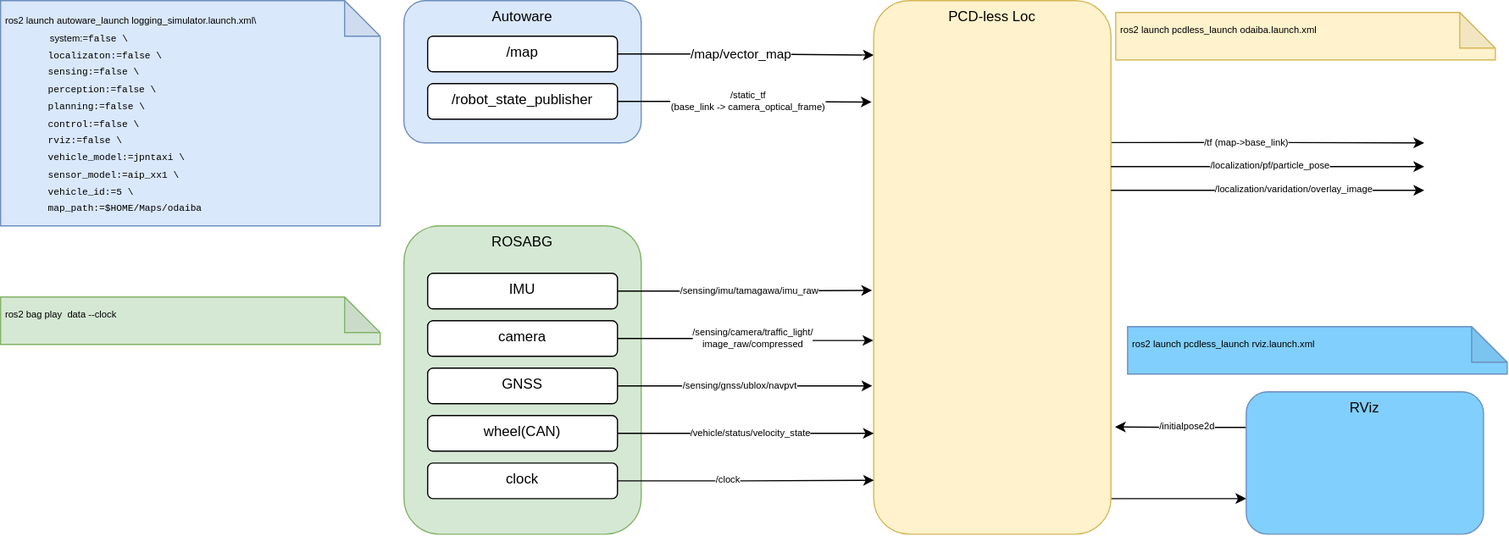
Earlier version of the draw.io export docs/how_to_launch_with_rosbag.drawio.svg (rsasaki0109/YabLoc). Source tidied: cells renumbered, new cells last; positions are measured from the earlier drawing's top-left corner, leaving out a move shared by most shapes.
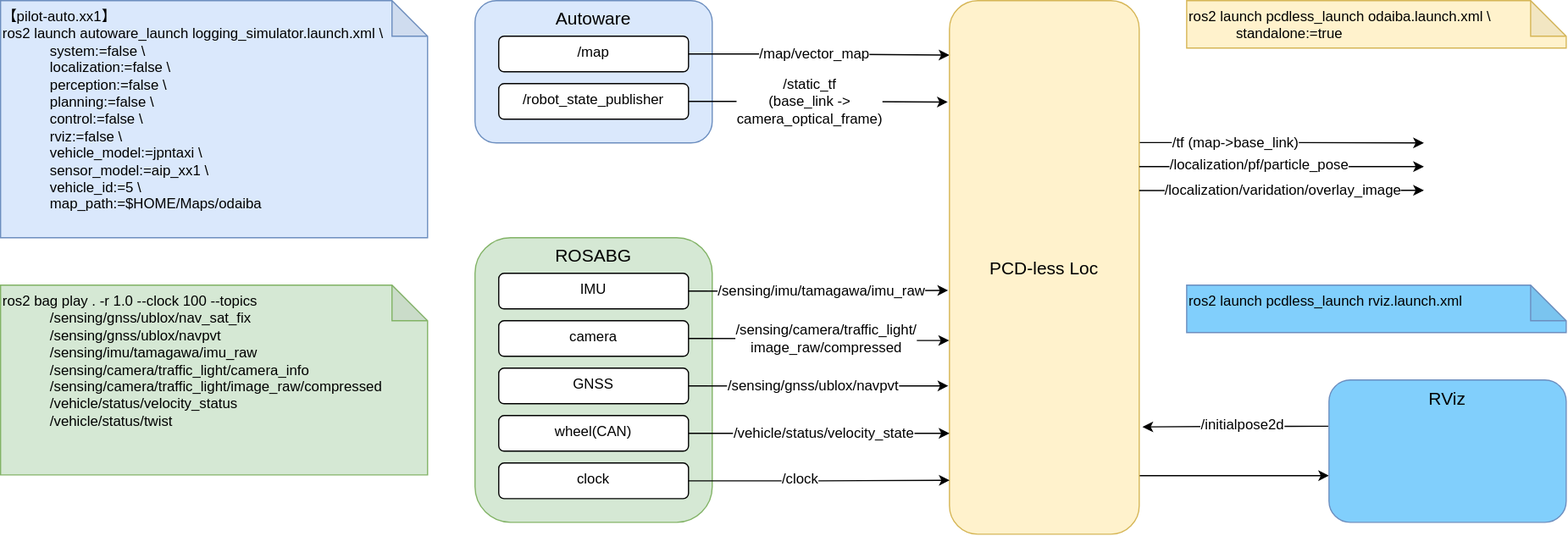
The same diagram one commit later.

The edit, as a diff of the source:
```diff
@@ -4,6 +4,6 @@
     <mxCell id="1" parent="0" />
-    <mxCell id="2" value="ROSABG" style="rounded=1;whiteSpace=wrap;html=1;verticalAlign=top;fillColor=#d5e8d4;strokeColor=#82b366;" parent="1" vertex="1">
-      <mxGeometry x="340" y="190" width="200" height="260" as="geometry" />
+    <mxCell id="2" value="&lt;font style=&quot;font-size: 15px;&quot;&gt;ROSABG&lt;/font&gt;" style="rounded=1;whiteSpace=wrap;html=1;verticalAlign=top;fillColor=#d5e8d4;strokeColor=#82b366;" parent="1" vertex="1">
+      <mxGeometry x="340" y="200" width="200" height="240" as="geometry" />
     </mxCell>
-    <mxCell id="3" value="Autoware" style="rounded=1;whiteSpace=wrap;html=1;verticalAlign=top;fillColor=#dae8fc;strokeColor=#6c8ebf;" parent="1" vertex="1">
+    <mxCell id="3" value="&lt;font style=&quot;font-size: 15px;&quot;&gt;Autoware&lt;/font&gt;" style="rounded=1;whiteSpace=wrap;html=1;verticalAlign=top;fillColor=#dae8fc;strokeColor=#6c8ebf;" parent="1" vertex="1">
       <mxGeometry x="340" width="200" height="120" as="geometry" />
@@ -13,3 +13,3 @@
     </mxCell>
-    <mxCell id="5" value="/map/vector_map" style="edgeLabel;html=1;align=center;verticalAlign=middle;" parent="4" vertex="1">
+    <mxCell id="5" value="&lt;font style=&quot;font-size: 12px;&quot;&gt;/map/vector_map&lt;/font&gt;" style="edgeLabel;html=1;align=center;verticalAlign=middle;" parent="4" vertex="1">
       <mxGeometry x="0.23" y="-1" relative="1" as="geometry">
@@ -24,5 +24,5 @@
     </mxCell>
-    <mxCell id="8" value="/static_tf&lt;br&gt;(base_link -&amp;gt; camera_optical_frame)" style="edgeLabel;html=1;align=center;verticalAlign=middle;fontSize=8;fontColor=#000000;" parent="7" vertex="1">
+    <mxCell id="8" value="&lt;font style=&quot;font-size: 12px;&quot;&gt;/static_tf&lt;br&gt;(base_link -&amp;gt; &lt;br&gt;camera_optical_frame)&lt;/font&gt;" style="edgeLabel;html=1;align=center;verticalAlign=middle;fontSize=8;fontColor=#000000;" parent="7" vertex="1">
       <mxGeometry x="-0.19" y="-2" relative="1" as="geometry">
-        <mxPoint x="22" y="-2" as="offset" />
+        <mxPoint x="13" y="-2" as="offset" />
       </mxGeometry>
@@ -34,15 +34,14 @@
       <mxGeometry relative="1" as="geometry">
-        <mxPoint x="1200" y="120" as="targetPoint" />
+        <mxPoint x="1140" y="120" as="targetPoint" />
       </mxGeometry>
     </mxCell>
-    <mxCell id="11" value="/tf (map-&amp;gt;base_link)" style="edgeLabel;html=1;align=center;verticalAlign=middle;fontSize=8;fontColor=#000000;" parent="10" vertex="1">
+    <mxCell id="11" value="/tf (map-&amp;gt;base_link)" style="edgeLabel;html=1;align=center;verticalAlign=middle;fontSize=12;fontColor=#000000;" parent="10" vertex="1">
       <mxGeometry x="-0.11" y="1" relative="1" as="geometry">
-        <mxPoint x="-3" y="1" as="offset" />
+        <mxPoint x="-26" y="1" as="offset" />
       </mxGeometry>
     </mxCell>
-    <mxCell id="12" style="edgeStyle=orthogonalEdgeStyle;rounded=0;jettySize=auto;html=1;entryX=0;entryY=0.75;entryDx=0;entryDy=0;fontSize=8;fontColor=#000000;" parent="1" edge="1" source="13" target="33">
+    <mxCell id="12" style="edgeStyle=orthogonalEdgeStyle;rounded=0;jettySize=auto;html=1;entryX=0;entryY=0.672;entryDx=0;entryDy=0;fontSize=8;fontColor=#000000;entryPerimeter=0;" parent="1" edge="1" source="13" target="33">
       <mxGeometry relative="1" as="geometry">
         <Array as="points">
-          <mxPoint x="970" y="420" />
-          <mxPoint x="970" y="420" />
+          <mxPoint x="1000" y="400" />
         </Array>
@@ -50,10 +49,7 @@
     </mxCell>
-    <mxCell id="13" value="PCD-less Loc" style="rounded=1;whiteSpace=wrap;html=1;verticalAlign=top;fillColor=#fff2cc;strokeColor=#d6b656;" parent="1" vertex="1">
-      <mxGeometry x="736" width="200" height="450" as="geometry" />
+    <mxCell id="13" value="&lt;font style=&quot;font-size: 15px;&quot;&gt;PCD-less Loc&lt;/font&gt;" style="rounded=1;whiteSpace=wrap;html=1;verticalAlign=middle;fillColor=#fff2cc;strokeColor=#d6b656;" parent="1" vertex="1">
+      <mxGeometry x="740" width="160" height="450" as="geometry" />
     </mxCell>
-    <mxCell id="14" value="&lt;font style=&quot;font-size: 8px;&quot;&gt;&amp;nbsp;ros2 launch autoware_launch logging_simulator.launch.xml\&lt;span style=&quot;white-space: pre;&quot;&gt;&lt;br&gt;&lt;/span&gt;&lt;span style=&quot;white-space: pre;&quot;&gt;&#9;&lt;/span&gt;&lt;span style=&quot;white-space: pre;&quot;&gt;&#9;&lt;/span&gt;&amp;nbsp; system:=&lt;span style=&quot;font-family: ui-monospace, SFMono-Regular, &amp;quot;SF Mono&amp;quot;, Menlo, Consolas, &amp;quot;Liberation Mono&amp;quot;, monospace; font-size: 8px;&quot; class=&quot;hljs-literal&quot;&gt;false&lt;/span&gt;&lt;span style=&quot;font-family: ui-monospace, SFMono-Regular, &amp;quot;SF Mono&amp;quot;, Menlo, Consolas, &amp;quot;Liberation Mono&amp;quot;, monospace; font-size: 8px;&quot;&gt; \&lt;br&gt;&lt;span style=&quot;white-space: pre;&quot;&gt;&#9;&lt;/span&gt;localizaton:=&lt;/span&gt;&lt;span style=&quot;font-family: ui-monospace, SFMono-Regular, &amp;quot;SF Mono&amp;quot;, Menlo, Consolas, &amp;quot;Liberation Mono&amp;quot;, monospace; font-size: 8px;&quot; class=&quot;hljs-literal&quot;&gt;false&lt;/span&gt;&lt;span style=&quot;font-family: ui-monospace, SFMono-Regular, &amp;quot;SF Mono&amp;quot;, Menlo, Consolas, &amp;quot;Liberation Mono&amp;quot;, monospace; font-size: 8px;&quot;&gt; \&lt;br&gt;  &lt;span style=&quot;white-space: pre;&quot;&gt;&#9;&lt;/span&gt;sensing:=&lt;/span&gt;&lt;span style=&quot;font-family: ui-monospace, SFMono-Regular, &amp;quot;SF Mono&amp;quot;, Menlo, Consolas, &amp;quot;Liberation Mono&amp;quot;, monospace; font-size: 8px;&quot; class=&quot;hljs-literal&quot;&gt;false&lt;/span&gt;&lt;span style=&quot;font-family: ui-monospace, SFMono-Regular, &amp;quot;SF Mono&amp;quot;, Menlo, Consolas, &amp;quot;Liberation Mono&amp;quot;, monospace; font-size: 8px;&quot;&gt; \&lt;br&gt;  &lt;span style=&quot;white-space: pre;&quot;&gt;&#9;&lt;/span&gt;perception:=&lt;/span&gt;&lt;span style=&quot;font-family: ui-monospace, SFMono-Regular, &amp;quot;SF Mono&amp;quot;, Menlo, Consolas, &amp;quot;Liberation Mono&amp;quot;, monospace; font-size: 8px;&quot; class=&quot;hljs-literal&quot;&gt;false&lt;/span&gt;&lt;span style=&quot;font-family: ui-monospace, SFMono-Regular, &amp;quot;SF Mono&amp;quot;, Menlo, Consolas, &amp;quot;Liberation Mono&amp;quot;, monospace; font-size: 8px;&quot;&gt; \&lt;br&gt;  &lt;span style=&quot;white-space: pre;&quot;&gt;&#9;&lt;/span&gt;planning:=&lt;/span&gt;&lt;span style=&quot;font-family: ui-monospace, SFMono-Regular, &amp;quot;SF Mono&amp;quot;, Menlo, Consolas, &amp;quot;Liberation Mono&amp;quot;, monospace; font-size: 8px;&quot; class=&quot;hljs-literal&quot;&gt;false&lt;/span&gt;&lt;span style=&quot;font-family: ui-monospace, SFMono-Regular, &amp;quot;SF Mono&amp;quot;, Menlo, Consolas, &amp;quot;Liberation Mono&amp;quot;, monospace; font-size: 8px;&quot;&gt; \&lt;br&gt;  &lt;span style=&quot;white-space: pre;&quot;&gt;&#9;&lt;/span&gt;control:=&lt;/span&gt;&lt;span style=&quot;font-family: ui-monospace, SFMono-Regular, &amp;quot;SF Mono&amp;quot;, Menlo, Consolas, &amp;quot;Liberation Mono&amp;quot;, monospace; font-size: 8px;&quot; class=&quot;hljs-literal&quot;&gt;false&lt;/span&gt;&lt;span style=&quot;font-family: ui-monospace, SFMono-Regular, &amp;quot;SF Mono&amp;quot;, Menlo, Consolas, &amp;quot;Liberation Mono&amp;quot;, monospace; font-size: 8px;&quot;&gt; \&lt;br&gt;  &lt;span style=&quot;white-space: pre;&quot;&gt;&#9;&lt;/span&gt;rviz:=&lt;/span&gt;&lt;span style=&quot;font-family: ui-monospace, SFMono-Regular, &amp;quot;SF Mono&amp;quot;, Menlo, Consolas, &amp;quot;Liberation Mono&amp;quot;, monospace; font-size: 8px;&quot; class=&quot;hljs-literal&quot;&gt;false&lt;/span&gt;&lt;span style=&quot;font-family: ui-monospace, SFMono-Regular, &amp;quot;SF Mono&amp;quot;, Menlo, Consolas, &amp;quot;Liberation Mono&amp;quot;, monospace; font-size: 8px;&quot;&gt; \&lt;br&gt;  &lt;span style=&quot;white-space: pre;&quot;&gt;&#9;&lt;/span&gt;vehicle_model:=jpntaxi \ &lt;br&gt;  &lt;span style=&quot;white-space: pre;&quot;&gt;&#9;&lt;/span&gt;sensor_model:=aip_xx1 \&lt;br&gt;  &lt;span style=&quot;white-space: pre;&quot;&gt;&#9;&lt;/span&gt;vehicle_id:=5 \&lt;br&gt;  &lt;span style=&quot;white-space: pre;&quot;&gt;&#9;&lt;/span&gt;map_path:=&lt;/span&gt;&lt;span style=&quot;font-family: ui-monospace, SFMono-Regular, &amp;quot;SF Mono&amp;quot;, Menlo, Consolas, &amp;quot;Liberation Mono&amp;quot;, monospace; font-size: 8px;&quot; class=&quot;hljs-variable&quot;&gt;$HOME&lt;/span&gt;&lt;span style=&quot;font-family: ui-monospace, SFMono-Regular, &amp;quot;SF Mono&amp;quot;, Menlo, Consolas, &amp;quot;Liberation Mono&amp;quot;, monospace; font-size: 8px;&quot;&gt;/Maps/odaiba&lt;/span&gt;&lt;/font&gt;" style="shape=note;whiteSpace=wrap;html=1;backgroundOutline=1;darkOpacity=0.05;align=left;fillColor=#dae8fc;strokeColor=#6c8ebf;" parent="1" vertex="1">
-      <mxGeometry width="320" height="190" as="geometry" />
-    </mxCell>
-    <mxCell id="15" value="&lt;font style=&quot;font-size: 8px;&quot;&gt;&amp;nbsp;ros2 launch pcdless_launch odaiba.launch.xml&lt;br&gt;&lt;/font&gt;" style="shape=note;whiteSpace=wrap;html=1;backgroundOutline=1;darkOpacity=0.05;align=left;verticalAlign=top;fillColor=#fff2cc;strokeColor=#d6b656;" parent="1" vertex="1">
-      <mxGeometry x="940" y="10" width="320" height="40" as="geometry" />
+    <mxCell id="15" value="&lt;font style=&quot;&quot;&gt;&lt;font style=&quot;font-size: 12px;&quot;&gt;&amp;nbsp;ros2 launch pcdless_launch odaiba.launch.xml \&lt;br&gt;&lt;/font&gt;&lt;/font&gt;&lt;blockquote style=&quot;margin: 0 0 0 40px; border: none; padding: 0px;&quot;&gt;&lt;font style=&quot;&quot;&gt;standalone:=true&lt;/font&gt;&lt;/blockquote&gt;" style="shape=note;whiteSpace=wrap;html=1;backgroundOutline=1;darkOpacity=0.05;align=left;verticalAlign=top;fillColor=#fff2cc;strokeColor=#d6b656;" parent="1" vertex="1">
+      <mxGeometry x="940" width="320" height="40" as="geometry" />
     </mxCell>
@@ -62,3 +58,3 @@
     </mxCell>
-    <mxCell id="17" value="/sensing/imu/tamagawa/imu_raw" style="edgeLabel;html=1;align=center;verticalAlign=middle;fontSize=8;fontColor=#000000;" parent="16" vertex="1">
+    <mxCell id="17" value="/sensing/imu/tamagawa/imu_raw" style="edgeLabel;html=1;align=center;verticalAlign=middle;fontSize=12;fontColor=#000000;" parent="16" vertex="1">
       <mxGeometry x="-0.15" relative="1" as="geometry">
@@ -73,3 +69,3 @@
     </mxCell>
-    <mxCell id="20" value="/sensing/camera/traffic_light/&lt;br&gt;image_raw/compressed" style="edgeLabel;html=1;align=center;verticalAlign=middle;fontSize=8;fontColor=#000000;" parent="19" vertex="1">
+    <mxCell id="20" value="/sensing/camera/traffic_light/&lt;br style=&quot;font-size: 12px;&quot;&gt;image_raw/compressed" style="edgeLabel;html=1;align=center;verticalAlign=middle;fontSize=12;fontColor=#000000;" parent="19" vertex="1">
       <mxGeometry x="-0.11" y="-1" relative="1" as="geometry">
@@ -84,3 +80,3 @@
     </mxCell>
-    <mxCell id="23" value="/sensing/gnss/ublox/navpvt" style="edgeLabel;html=1;align=center;verticalAlign=middle;fontSize=8;fontColor=#000000;" parent="22" vertex="1">
+    <mxCell id="23" value="/sensing/gnss/ublox/navpvt" style="edgeLabel;html=1;align=center;verticalAlign=middle;fontSize=12;fontColor=#000000;" parent="22" vertex="1">
       <mxGeometry x="-0.06" relative="1" as="geometry">
@@ -95,3 +91,3 @@
     </mxCell>
-    <mxCell id="26" value="/vehicle/status/velocity_state" style="edgeLabel;html=1;align=center;verticalAlign=middle;fontSize=8;fontColor=#000000;" parent="25" vertex="1">
+    <mxCell id="26" value="/vehicle/status/velocity_state" style="edgeLabel;html=1;align=center;verticalAlign=middle;fontSize=12;fontColor=#000000;" parent="25" vertex="1">
       <mxGeometry x="-0.24" relative="1" as="geometry">
@@ -106,3 +102,3 @@
     </mxCell>
-    <mxCell id="29" value="/clock" style="edgeLabel;html=1;align=center;verticalAlign=middle;fontSize=8;fontColor=#000000;" parent="28" vertex="1">
+    <mxCell id="29" value="/clock" style="edgeLabel;html=1;align=center;verticalAlign=middle;fontSize=12;fontColor=#000000;" parent="28" vertex="1">
       <mxGeometry x="-0.15" y="1" relative="1" as="geometry" />
@@ -112,39 +108,40 @@
     </mxCell>
-    <mxCell id="31" style="edgeStyle=orthogonalEdgeStyle;rounded=0;jettySize=auto;html=1;exitX=0;exitY=0.25;exitDx=0;exitDy=0;entryX=1.017;entryY=0.799;entryDx=0;entryDy=0;entryPerimeter=0;fontSize=8;fontColor=#000000;" parent="1" edge="1" source="33" target="13">
+    <mxCell id="31" style="edgeStyle=orthogonalEdgeStyle;rounded=0;jettySize=auto;html=1;exitX=-0.003;exitY=0.325;exitDx=0;exitDy=0;entryX=1.017;entryY=0.799;entryDx=0;entryDy=0;entryPerimeter=0;fontSize=8;fontColor=#000000;exitPerimeter=0;" parent="1" edge="1" source="33" target="13">
       <mxGeometry relative="1" as="geometry" />
     </mxCell>
-    <mxCell id="32" value="/initialpose2d" style="edgeLabel;html=1;align=center;verticalAlign=middle;fontSize=8;fontColor=#000000;" parent="31" vertex="1">
+    <mxCell id="32" value="/initialpose2d" style="edgeLabel;html=1;align=center;verticalAlign=middle;fontSize=12;fontColor=#000000;" parent="31" vertex="1">
       <mxGeometry x="-0.08" y="-1" relative="1" as="geometry" />
     </mxCell>
-    <mxCell id="33" value="RViz" style="rounded=1;whiteSpace=wrap;html=1;verticalAlign=top;fillColor=#81CFFC;strokeColor=#6c8ebf;" parent="1" vertex="1">
-      <mxGeometry x="1050" y="330" width="200" height="120" as="geometry" />
+    <mxCell id="33" value="&lt;font style=&quot;font-size: 15px;&quot;&gt;RViz&lt;/font&gt;" style="rounded=1;whiteSpace=wrap;html=1;verticalAlign=top;fillColor=#81CFFC;strokeColor=#6c8ebf;" parent="1" vertex="1">
+      <mxGeometry x="1060" y="320" width="200" height="120" as="geometry" />
     </mxCell>
-    <mxCell id="34" value="&lt;font style=&quot;font-size: 8px;&quot;&gt;&amp;nbsp;ros2 launch pcdless_launch rviz.launch.xml&lt;br&gt;&lt;/font&gt;" style="shape=note;whiteSpace=wrap;html=1;backgroundOutline=1;darkOpacity=0.05;align=left;verticalAlign=top;fillColor=#81CFFC;strokeColor=#6c8ebf;" parent="1" vertex="1">
-      <mxGeometry x="950" y="275" width="320" height="40" as="geometry" />
+    <mxCell id="34" value="&lt;font style=&quot;&quot;&gt;&lt;font style=&quot;font-size: 12px;&quot;&gt;&amp;nbsp;ros2 launch pcdless_launch rviz.launch.xml&lt;/font&gt;&lt;br&gt;&lt;/font&gt;" style="shape=note;whiteSpace=wrap;html=1;backgroundOutline=1;darkOpacity=0.05;align=left;verticalAlign=top;fillColor=#81CFFC;strokeColor=#6c8ebf;" parent="1" vertex="1">
+      <mxGeometry x="940" y="240" width="320" height="40" as="geometry" />
     </mxCell>
-    <mxCell id="35" value="&lt;font style=&quot;font-size: 8px;&quot;&gt;&amp;nbsp;ros2 bag play&amp;nbsp; data --clock&lt;br&gt;&lt;/font&gt;" style="shape=note;whiteSpace=wrap;html=1;backgroundOutline=1;darkOpacity=0.05;align=left;verticalAlign=top;fillColor=#d5e8d4;strokeColor=#82b366;" parent="1" vertex="1">
-      <mxGeometry y="250" width="320" height="40" as="geometry" />
-    </mxCell>
-    <mxCell id="36" style="edgeStyle=orthogonalEdgeStyle;rounded=0;orthogonalLoop=1;jettySize=auto;html=1;fontSize=8;fontColor=#000000;" parent="1" edge="1">
+    <mxCell id="36" style="edgeStyle=orthogonalEdgeStyle;rounded=0;jettySize=auto;html=1;fontSize=8;fontColor=#000000;exitX=1;exitY=0.311;exitDx=0;exitDy=0;exitPerimeter=0;" parent="1" edge="1" source="13">
       <mxGeometry relative="1" as="geometry">
-        <mxPoint x="936" y="140" as="sourcePoint" />
-        <mxPoint x="1200" y="140" as="targetPoint" />
+        <mxPoint x="1140" y="140" as="targetPoint" />
       </mxGeometry>
     </mxCell>
-    <mxCell id="37" value="/localization/pf/particle_pose" style="edgeLabel;html=1;align=center;verticalAlign=middle;fontSize=8;fontColor=#000000;" parent="36" vertex="1">
+    <mxCell id="37" value="/localization/pf/particle_pose" style="edgeLabel;html=1;align=center;verticalAlign=middle;fontSize=12;fontColor=#000000;" parent="36" vertex="1">
       <mxGeometry x="-0.11" y="1" relative="1" as="geometry">
-        <mxPoint x="17" as="offset" />
+        <mxPoint x="-6" as="offset" />
       </mxGeometry>
     </mxCell>
-    <mxCell id="38" style="edgeStyle=orthogonalEdgeStyle;rounded=0;orthogonalLoop=1;jettySize=auto;html=1;fontSize=8;fontColor=#000000;" parent="1" edge="1">
+    <mxCell id="38" style="edgeStyle=orthogonalEdgeStyle;rounded=0;jettySize=auto;html=1;fontSize=8;fontColor=#000000;exitX=1;exitY=0.356;exitDx=0;exitDy=0;exitPerimeter=0;" parent="1" edge="1" source="13">
       <mxGeometry relative="1" as="geometry">
-        <mxPoint x="936" y="160" as="sourcePoint" />
-        <mxPoint x="1200" y="160" as="targetPoint" />
+        <mxPoint x="1140" y="160" as="targetPoint" />
       </mxGeometry>
     </mxCell>
-    <mxCell id="39" value="/localization/varidation/overlay_image" style="edgeLabel;html=1;align=center;verticalAlign=middle;fontSize=8;fontColor=#000000;" parent="38" vertex="1">
+    <mxCell id="39" value="/localization/varidation/overlay_image" style="edgeLabel;html=1;align=center;verticalAlign=middle;fontSize=12;fontColor=#000000;" parent="38" vertex="1">
       <mxGeometry x="-0.11" y="1" relative="1" as="geometry">
-        <mxPoint x="37" as="offset" />
+        <mxPoint x="14" as="offset" />
       </mxGeometry>
     </mxCell>
+    <mxCell id="40" value="&lt;div style=&quot;&quot;&gt;&lt;div style=&quot;&quot;&gt;&lt;font style=&quot;font-size: 12px;&quot;&gt;ros2 bag play . -r 1.0 --clock 100 --topics&lt;/font&gt;&lt;/div&gt;&lt;/div&gt;&lt;blockquote style=&quot;margin: 0px 0px 0px 40px; border: none; padding: 0px;&quot;&gt;&lt;div style=&quot;&quot;&gt;&lt;div&gt;&lt;font style=&quot;font-size: 12px;&quot;&gt;/sensing/gnss/ublox/nav_sat_fix&lt;/font&gt;&lt;/div&gt;&lt;/div&gt;&lt;div style=&quot;&quot;&gt;&lt;div&gt;&lt;font style=&quot;font-size: 12px;&quot;&gt;/sensing/gnss/ublox/navpvt&lt;/font&gt;&lt;/div&gt;&lt;/div&gt;&lt;div style=&quot;&quot;&gt;&lt;div&gt;&lt;font style=&quot;font-size: 12px;&quot;&gt;/sensing/imu/tamagawa/imu_raw&amp;nbsp;&lt;/font&gt;&lt;/div&gt;&lt;/div&gt;&lt;div style=&quot;&quot;&gt;&lt;div&gt;&lt;font style=&quot;font-size: 12px;&quot;&gt;/sensing/camera/traffic_light/camera_info&lt;/font&gt;&lt;/div&gt;&lt;/div&gt;&lt;div style=&quot;&quot;&gt;&lt;div&gt;&lt;font style=&quot;font-size: 12px;&quot;&gt;/sensing/camera/traffic_light/image_raw/compressed&lt;/font&gt;&lt;/div&gt;&lt;/div&gt;&lt;div style=&quot;&quot;&gt;&lt;div&gt;&lt;font style=&quot;font-size: 12px;&quot;&gt;/vehicle/status/velocity_status&lt;/font&gt;&lt;/div&gt;&lt;/div&gt;&lt;div style=&quot;&quot;&gt;&lt;div&gt;&lt;font style=&quot;font-size: 12px;&quot;&gt;/vehicle/status/twist&lt;/font&gt;&lt;/div&gt;&lt;/div&gt;&lt;/blockquote&gt;&lt;div style=&quot;&quot;&gt;&lt;div&gt;&lt;br&gt;&lt;/div&gt;&lt;/div&gt;" style="shape=note;whiteSpace=wrap;html=1;backgroundOutline=1;darkOpacity=0.05;align=left;verticalAlign=top;fillColor=#d5e8d4;strokeColor=#82b366;spacing=2;" parent="1" vertex="1">
+      <mxGeometry x="-60" y="240" width="360" height="160" as="geometry" />
+    </mxCell>
+    <mxCell id="41" value="&lt;font style=&quot;font-size: 12px;&quot;&gt;&lt;font style=&quot;font-size: 12px;&quot;&gt;【pilot-auto.xx1】&lt;br&gt;ros2 launch autoware_launch logging_simulator.launch.xml \&lt;br&gt;&lt;/font&gt;&lt;/font&gt;&lt;blockquote style=&quot;margin: 0px 0px 0px 40px; border: none; padding: 0px;&quot;&gt;&lt;font style=&quot;font-size: 12px;&quot;&gt;&lt;font style=&quot;font-size: 12px;&quot;&gt;system:=false \&lt;br&gt;&lt;/font&gt;&lt;font style=&quot;font-size: 12px;&quot;&gt;localization:=false \&lt;br&gt;&lt;/font&gt;&lt;font style=&quot;font-size: 12px;&quot;&gt;perception:=false \&lt;br&gt;&lt;/font&gt;&lt;font style=&quot;font-size: 12px;&quot;&gt;planning:=false \&lt;br&gt;&lt;/font&gt;&lt;font style=&quot;font-size: 12px;&quot;&gt;control:=false \&lt;br&gt;&lt;/font&gt;&lt;font style=&quot;font-size: 12px;&quot;&gt;rviz:=false \&lt;br&gt;&lt;/font&gt;&lt;font style=&quot;font-size: 12px;&quot;&gt;vehicle_model:=jpntaxi \&lt;br&gt;&lt;/font&gt;&lt;font style=&quot;font-size: 12px;&quot;&gt;sensor_model:=aip_xx1 \&lt;br&gt;&lt;/font&gt;&lt;font style=&quot;font-size: 12px;&quot;&gt;vehicle_id:=5 \&lt;br&gt;&lt;/font&gt;&lt;font style=&quot;font-size: 12px;&quot;&gt;map_path:=$HOME/Maps/odaiba&lt;/font&gt;&lt;/font&gt;&lt;/blockquote&gt;" style="shape=note;whiteSpace=wrap;html=1;backgroundOutline=1;darkOpacity=0.05;fillColor=#dae8fc;strokeColor=#6c8ebf;align=left;verticalAlign=top;" parent="1" vertex="1">
+      <mxGeometry x="-60" width="360" height="200" as="geometry" />
+    </mxCell>
   </root>
```
